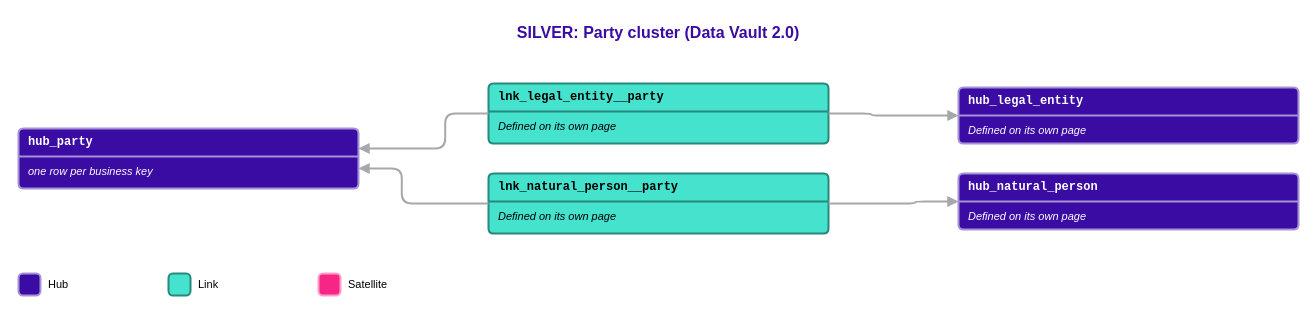
Before: Rosetta/Business_Objects/Party.drawio in luisruizML/documents, a draw.io diagram. Source tidied: cells renumbered, new cells numbered last; positions are measured from the earlier drawing's top-left corner, leaving out a move shared by most shapes. Both pictures are drawn from the tidied source at 100%, with x=0, y=0 at pixel (18, 17).
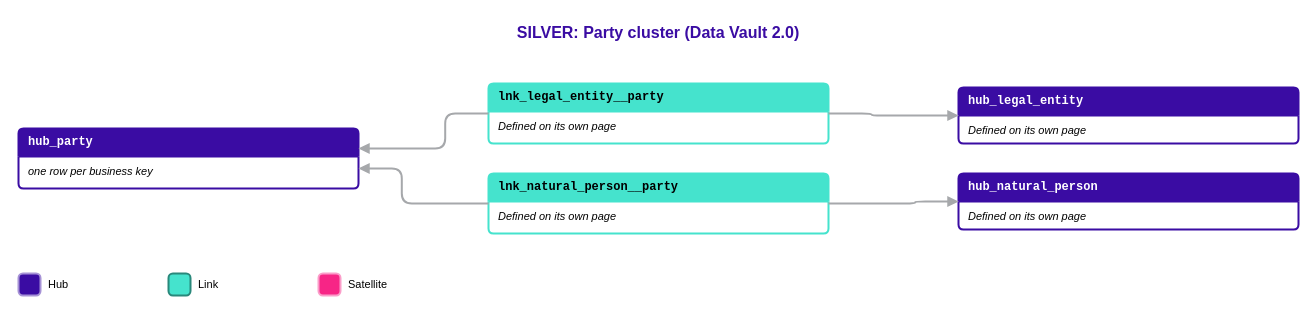
The same diagram, later.

Commit message (it also covers changes not shown here):
feat(business-object-page): white container body, type color only on header and border

The edit, as a diff of the source:
```diff
@@
-    <mxCell id="3" value="hub_party" style="swimlane;html=1;whiteSpace=wrap;rounded=1;arcSize=6;startSize=28;fillColor=#3A0CA3;swimlaneFillColor=#3A0CA3;strokeColor=#A692D6;strokeWidth=2;fontFamily=Courier New;fontSize=12;fontStyle=1;fontColor=#FFFFFF;align=left;spacingLeft=8;" parent="1" vertex="1">
+    <mxCell id="3" value="hub_party" style="swimlane;html=1;whiteSpace=wrap;rounded=1;arcSize=6;startSize=28;fillColor=#3A0CA3;swimlaneFillColor=#FFFFFF;strokeColor=#3A0CA3;strokeWidth=2;fontFamily=Courier New;fontSize=12;fontStyle=1;fontColor=#FFFFFF;align=left;spacingLeft=8;" parent="1" vertex="1">
       <mxGeometry y="111" width="340" height="60" as="geometry" />
     </mxCell>
-    <mxCell id="4" value="one row per business key" style="text;html=1;whiteSpace=wrap;align=left;verticalAlign=top;fontFamily=Arial;fontSize=11;fontStyle=2;fontColor=#FFFFFF;spacingLeft=8;spacingRight=8;" parent="3" vertex="1">
+    <mxCell id="4" value="one row per business key" style="text;html=1;whiteSpace=wrap;align=left;verticalAlign=top;fontFamily=Arial;fontSize=11;fontStyle=2;fontColor=#000000;spacingLeft=8;spacingRight=8;" parent="3" vertex="1">
       <mxGeometry y="30" width="340" height="20" as="geometry" />
     </mxCell>
-    <mxCell id="5" value="lnk_legal_entity__party" style="swimlane;html=1;whiteSpace=wrap;rounded=1;arcSize=6;startSize=28;fillColor=#45E3CD;swimlaneFillColor=#45E3CD;strokeColor=#29887B;strokeWidth=2;fontFamily=Courier New;fontSize=12;fontStyle=1;fontColor=#000000;align=left;spacingLeft=8;" parent="1" vertex="1">
+    <mxCell id="5" value="lnk_legal_entity__party" style="swimlane;html=1;whiteSpace=wrap;rounded=1;arcSize=6;startSize=28;fillColor=#45E3CD;swimlaneFillColor=#FFFFFF;strokeColor=#45E3CD;strokeWidth=2;fontFamily=Courier New;fontSize=12;fontStyle=1;fontColor=#000000;align=left;spacingLeft=8;" parent="1" vertex="1">
       <mxGeometry x="470" y="66" width="340" height="60" as="geometry" />
     </mxCell>
@@
-    <mxCell id="7" value="lnk_natural_person__party" style="swimlane;html=1;whiteSpace=wrap;rounded=1;arcSize=6;startSize=28;fillColor=#45E3CD;swimlaneFillColor=#45E3CD;strokeColor=#29887B;strokeWidth=2;fontFamily=Courier New;fontSize=12;fontStyle=1;fontColor=#000000;align=left;spacingLeft=8;" parent="1" vertex="1">
+    <mxCell id="7" value="lnk_natural_person__party" style="swimlane;html=1;whiteSpace=wrap;rounded=1;arcSize=6;startSize=28;fillColor=#45E3CD;swimlaneFillColor=#FFFFFF;strokeColor=#45E3CD;strokeWidth=2;fontFamily=Courier New;fontSize=12;fontStyle=1;fontColor=#000000;align=left;spacingLeft=8;" parent="1" vertex="1">
       <mxGeometry x="470" y="156" width="340" height="60" as="geometry" />
     </mxCell>
@@
-    <mxCell id="9" value="hub_legal_entity" style="swimlane;html=1;whiteSpace=wrap;rounded=1;arcSize=6;startSize=28;fillColor=#3A0CA3;swimlaneFillColor=#3A0CA3;strokeColor=#A692D6;strokeWidth=2;fontFamily=Courier New;fontSize=12;fontStyle=1;fontColor=#FFFFFF;align=left;spacingLeft=8;" parent="1" vertex="1">
+    <mxCell id="9" value="hub_legal_entity" style="swimlane;html=1;whiteSpace=wrap;rounded=1;arcSize=6;startSize=28;fillColor=#3A0CA3;swimlaneFillColor=#FFFFFF;strokeColor=#3A0CA3;strokeWidth=2;fontFamily=Courier New;fontSize=12;fontStyle=1;fontColor=#FFFFFF;align=left;spacingLeft=8;" parent="1" vertex="1">
       <mxGeometry x="940" y="70" width="340" height="56" as="geometry" />
     </mxCell>
-    <mxCell id="10" value="Defined on its own page" style="text;html=1;whiteSpace=wrap;align=left;verticalAlign=top;fontFamily=Arial;fontSize=11;fontStyle=2;fontColor=#FFFFFF;spacingLeft=8;spacingRight=8;" parent="9" vertex="1">
+    <mxCell id="10" value="Defined on its own page" style="text;html=1;whiteSpace=wrap;align=left;verticalAlign=top;fontFamily=Arial;fontSize=11;fontStyle=2;fontColor=#000000;spacingLeft=8;spacingRight=8;" parent="9" vertex="1">
       <mxGeometry y="30" width="340" height="20" as="geometry" />
     </mxCell>
-    <mxCell id="11" value="hub_natural_person" style="swimlane;html=1;whiteSpace=wrap;rounded=1;arcSize=6;startSize=28;fillColor=#3A0CA3;swimlaneFillColor=#3A0CA3;strokeColor=#A692D6;strokeWidth=2;fontFamily=Courier New;fontSize=12;fontStyle=1;fontColor=#FFFFFF;align=left;spacingLeft=8;" parent="1" vertex="1">
+    <mxCell id="11" value="hub_natural_person" style="swimlane;html=1;whiteSpace=wrap;rounded=1;arcSize=6;startSize=28;fillColor=#3A0CA3;swimlaneFillColor=#FFFFFF;strokeColor=#3A0CA3;strokeWidth=2;fontFamily=Courier New;fontSize=12;fontStyle=1;fontColor=#FFFFFF;align=left;spacingLeft=8;" parent="1" vertex="1">
       <mxGeometry x="940" y="156" width="340" height="56" as="geometry" />
     </mxCell>
-    <mxCell id="12" value="Defined on its own page" style="text;html=1;whiteSpace=wrap;align=left;verticalAlign=top;fontFamily=Arial;fontSize=11;fontStyle=2;fontColor=#FFFFFF;spacingLeft=8;spacingRight=8;" parent="11" vertex="1">
+    <mxCell id="12" value="Defined on its own page" style="text;html=1;whiteSpace=wrap;align=left;verticalAlign=top;fontFamily=Arial;fontSize=11;fontStyle=2;fontColor=#000000;spacingLeft=8;spacingRight=8;" parent="11" vertex="1">
       <mxGeometry y="30" width="340" height="20" as="geometry" />
     </mxCell>
```
